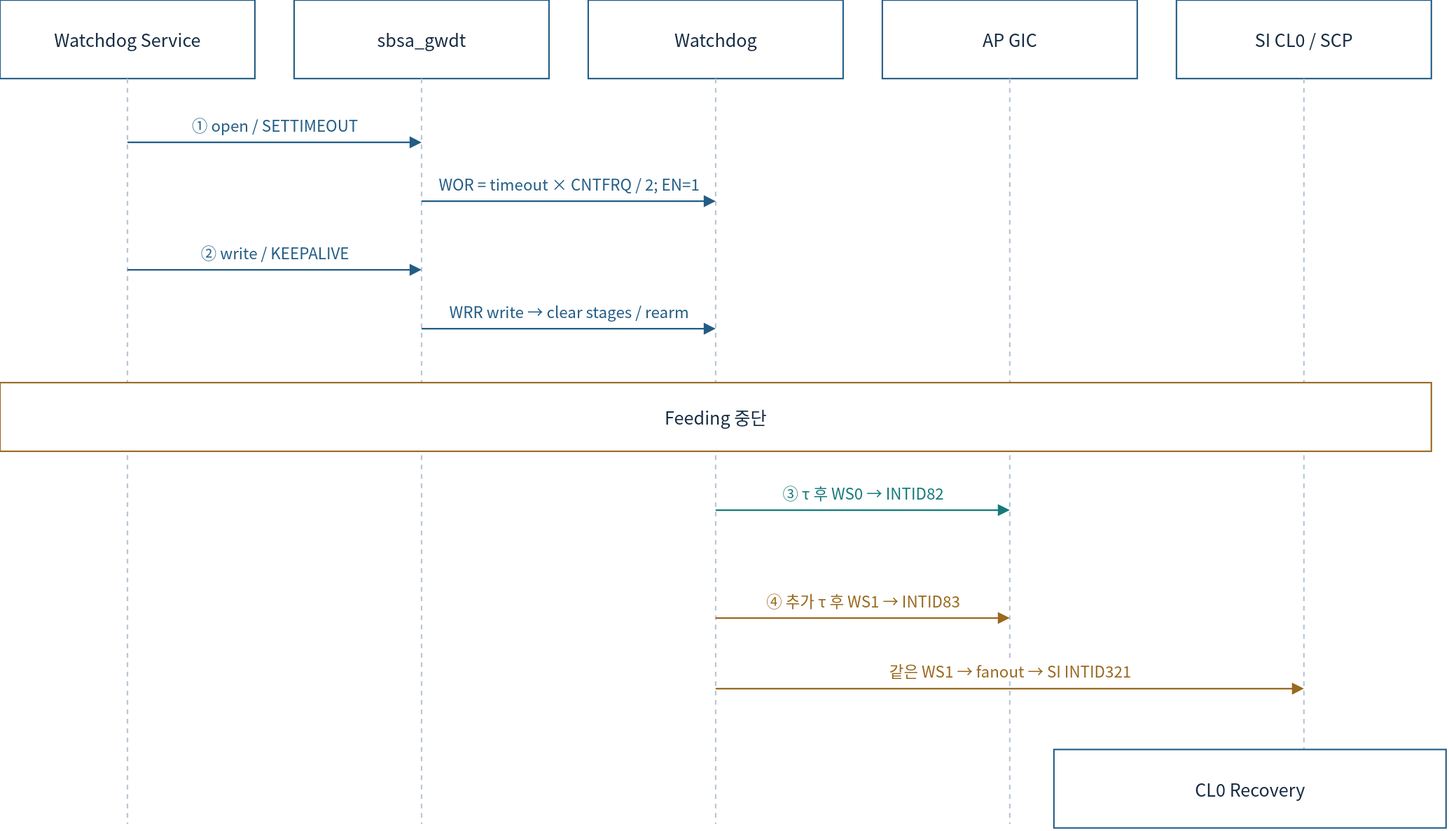
Earlier version of the draw.io export doc/phase1/watchdog/diagrams/10-linux-sequence.drawio.svg (cometzero/project-apollo). Source tidied: cells renumbered, new cells last; positions are measured from the earlier drawing's top-left corner, leaving out a move shared by most shapes.
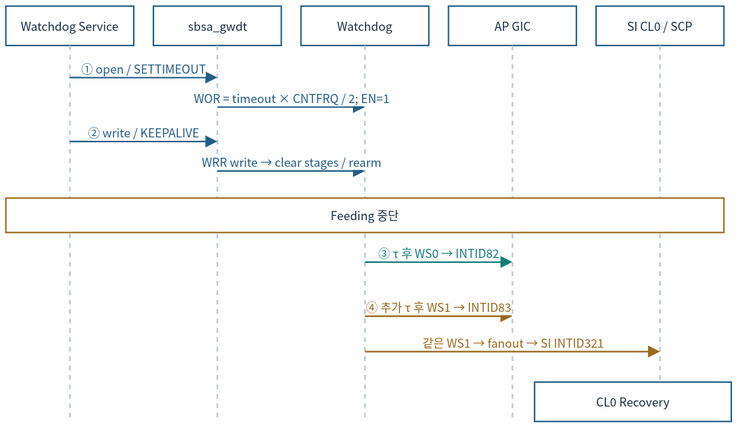
Above is the later version.

What changed in the source:
```diff
@@ -2,105 +2,105 @@
   <root>
     <mxCell id="0" />
     <mxCell id="1" parent="0" />
-    <mxCell id="2" value="Watchdog Service" style="rounded=0;whiteSpace=wrap;html=1;fillColor=#FFFFFF;strokeWidth=1.5;fontFamily=Noto Sans CJK KR;fontSize=18;spacing=12;fontColor=#172C43;strokeColor=#235D86;" parent="1" vertex="1">
-      <mxGeometry width="260" height="80" as="geometry" />
+    <mxCell id="2" value="Watchdog Service" style="rounded=0;whiteSpace=wrap;html=1;fillColor=#FFFFFF;strokeWidth=1.5;fontFamily=Noto Sans CJK KR;fontColor=#172C43;strokeColor=#235D86;fontSize=12;spacing=3;whiteSpace=wrap;" parent="1" vertex="1">
+      <mxGeometry x="-48" y="-208" width="130.4" height="40.1" as="geometry" />
     </mxCell>
-    <mxCell id="3" style="html=1;whiteSpace=nowrap;edgeStyle=none;endArrow=none;endSize=8;strokeWidth=1.6;strokeColor=#BAC7D3;fontColor=#BAC7D3;fontFamily=Noto Sans CJK KR;fontSize=16;labelBackgroundColor=#FFFFFF;dashed=1;" parent="1" edge="1">
+    <mxCell id="3" style="html=1;edgeStyle=none;endArrow=none;endSize=8;strokeWidth=1.6;strokeColor=#BAC7D3;fontColor=#BAC7D3;fontFamily=Noto Sans CJK KR;labelBackgroundColor=#FFFFFF;dashed=1;fontSize=12;spacing=3;whiteSpace=nowrap;" parent="1" edge="1">
       <mxGeometry relative="1" as="geometry">
-        <mxPoint x="130" y="80" as="sourcePoint" />
-        <mxPoint x="130" y="840" as="targetPoint" />
+        <mxPoint x="17.2" y="-167.9" as="sourcePoint" />
+        <mxPoint x="17.2" y="213.4" as="targetPoint" />
       </mxGeometry>
     </mxCell>
-    <mxCell id="4" value="sbsa_gwdt" style="rounded=0;whiteSpace=wrap;html=1;fillColor=#FFFFFF;strokeWidth=1.5;fontFamily=Noto Sans CJK KR;fontSize=18;spacing=12;fontColor=#172C43;strokeColor=#235D86;" parent="1" vertex="1">
-      <mxGeometry x="300" width="260" height="80" as="geometry" />
+    <mxCell id="4" value="sbsa_gwdt" style="rounded=0;whiteSpace=wrap;html=1;fillColor=#FFFFFF;strokeWidth=1.5;fontFamily=Noto Sans CJK KR;fontColor=#172C43;strokeColor=#235D86;fontSize=12;spacing=3;whiteSpace=wrap;" parent="1" vertex="1">
+      <mxGeometry x="102.5" y="-208" width="130.4" height="40.1" as="geometry" />
     </mxCell>
-    <mxCell id="5" style="html=1;whiteSpace=nowrap;edgeStyle=none;endArrow=none;endSize=8;strokeWidth=1.6;strokeColor=#BAC7D3;fontColor=#BAC7D3;fontFamily=Noto Sans CJK KR;fontSize=16;labelBackgroundColor=#FFFFFF;dashed=1;" parent="1" edge="1">
+    <mxCell id="5" style="html=1;edgeStyle=none;endArrow=none;endSize=8;strokeWidth=1.6;strokeColor=#BAC7D3;fontColor=#BAC7D3;fontFamily=Noto Sans CJK KR;labelBackgroundColor=#FFFFFF;dashed=1;fontSize=12;spacing=3;whiteSpace=nowrap;" parent="1" edge="1">
       <mxGeometry relative="1" as="geometry">
-        <mxPoint x="430" y="80" as="sourcePoint" />
-        <mxPoint x="430" y="840" as="targetPoint" />
+        <mxPoint x="167.7" y="-167.9" as="sourcePoint" />
+        <mxPoint x="167.7" y="213.4" as="targetPoint" />
       </mxGeometry>
     </mxCell>
-    <mxCell id="6" value="Watchdog" style="rounded=0;whiteSpace=wrap;html=1;fillColor=#FFFFFF;strokeWidth=1.5;fontFamily=Noto Sans CJK KR;fontSize=18;spacing=12;fontColor=#172C43;strokeColor=#235D86;" parent="1" vertex="1">
-      <mxGeometry x="600" width="260" height="80" as="geometry" />
+    <mxCell id="6" value="Watchdog" style="rounded=0;whiteSpace=wrap;html=1;fillColor=#FFFFFF;strokeWidth=1.5;fontFamily=Noto Sans CJK KR;fontColor=#172C43;strokeColor=#235D86;fontSize=12;spacing=3;whiteSpace=wrap;" parent="1" vertex="1">
+      <mxGeometry x="253" y="-208" width="130.4" height="40.1" as="geometry" />
     </mxCell>
-    <mxCell id="7" style="html=1;whiteSpace=nowrap;edgeStyle=none;endArrow=none;endSize=8;strokeWidth=1.6;strokeColor=#BAC7D3;fontColor=#BAC7D3;fontFamily=Noto Sans CJK KR;fontSize=16;labelBackgroundColor=#FFFFFF;dashed=1;" parent="1" edge="1">
+    <mxCell id="7" style="html=1;edgeStyle=none;endArrow=none;endSize=8;strokeWidth=1.6;strokeColor=#BAC7D3;fontColor=#BAC7D3;fontFamily=Noto Sans CJK KR;labelBackgroundColor=#FFFFFF;dashed=1;fontSize=12;spacing=3;whiteSpace=nowrap;" parent="1" edge="1">
       <mxGeometry relative="1" as="geometry">
-        <mxPoint x="730" y="80" as="sourcePoint" />
-        <mxPoint x="730" y="840" as="targetPoint" />
+        <mxPoint x="318.2" y="-167.9" as="sourcePoint" />
+        <mxPoint x="318.2" y="213.4" as="targetPoint" />
       </mxGeometry>
     </mxCell>
-    <mxCell id="8" value="AP GIC" style="rounded=0;whiteSpace=wrap;html=1;fillColor=#FFFFFF;strokeWidth=1.5;fontFamily=Noto Sans CJK KR;fontSize=18;spacing=12;fontColor=#172C43;strokeColor=#235D86;" parent="1" vertex="1">
-      <mxGeometry x="900" width="260" height="80" as="geometry" />
+    <mxCell id="8" value="AP GIC" style="rounded=0;whiteSpace=wrap;html=1;fillColor=#FFFFFF;strokeWidth=1.5;fontFamily=Noto Sans CJK KR;fontColor=#172C43;strokeColor=#235D86;fontSize=12;spacing=3;whiteSpace=wrap;" parent="1" vertex="1">
+      <mxGeometry x="403.5" y="-208" width="130.4" height="40.1" as="geometry" />
     </mxCell>
-    <mxCell id="9" style="html=1;whiteSpace=nowrap;edgeStyle=none;endArrow=none;endSize=8;strokeWidth=1.6;strokeColor=#BAC7D3;fontColor=#BAC7D3;fontFamily=Noto Sans CJK KR;fontSize=16;labelBackgroundColor=#FFFFFF;dashed=1;" parent="1" edge="1">
+    <mxCell id="9" style="html=1;edgeStyle=none;endArrow=none;endSize=8;strokeWidth=1.6;strokeColor=#BAC7D3;fontColor=#BAC7D3;fontFamily=Noto Sans CJK KR;labelBackgroundColor=#FFFFFF;dashed=1;fontSize=12;spacing=3;whiteSpace=nowrap;" parent="1" edge="1">
       <mxGeometry relative="1" as="geometry">
-        <mxPoint x="1030" y="80" as="sourcePoint" />
-        <mxPoint x="1030" y="840" as="targetPoint" />
+        <mxPoint x="468.8" y="-167.9" as="sourcePoint" />
+        <mxPoint x="468.8" y="213.4" as="targetPoint" />
       </mxGeometry>
     </mxCell>
-    <mxCell id="10" value="SI CL0 / SCP" style="rounded=0;whiteSpace=wrap;html=1;fillColor=#FFFFFF;strokeWidth=1.5;fontFamily=Noto Sans CJK KR;fontSize=18;spacing=12;fontColor=#172C43;strokeColor=#235D86;" parent="1" vertex="1">
-      <mxGeometry x="1200" width="260" height="80" as="geometry" />
+    <mxCell id="10" value="SI CL0 / SCP" style="rounded=0;whiteSpace=wrap;html=1;fillColor=#FFFFFF;strokeWidth=1.5;fontFamily=Noto Sans CJK KR;fontColor=#172C43;strokeColor=#235D86;fontSize=12;spacing=3;whiteSpace=wrap;" parent="1" vertex="1">
+      <mxGeometry x="554" y="-208" width="130.4" height="40.1" as="geometry" />
     </mxCell>
-    <mxCell id="11" style="html=1;whiteSpace=nowrap;edgeStyle=none;endArrow=none;endSize=8;strokeWidth=1.6;strokeColor=#BAC7D3;fontColor=#BAC7D3;fontFamily=Noto Sans CJK KR;fontSize=16;labelBackgroundColor=#FFFFFF;dashed=1;" parent="1" edge="1">
+    <mxCell id="11" style="html=1;edgeStyle=none;endArrow=none;endSize=8;strokeWidth=1.6;strokeColor=#BAC7D3;fontColor=#BAC7D3;fontFamily=Noto Sans CJK KR;labelBackgroundColor=#FFFFFF;dashed=1;fontSize=12;spacing=3;whiteSpace=nowrap;" parent="1" edge="1">
       <mxGeometry relative="1" as="geometry">
-        <mxPoint x="1330" y="80" as="sourcePoint" />
-        <mxPoint x="1330" y="840" as="targetPoint" />
+        <mxPoint x="619.2" y="-167.9" as="sourcePoint" />
+        <mxPoint x="619.2" y="213.4" as="targetPoint" />
       </mxGeometry>
     </mxCell>
-    <mxCell id="12" value="① open / SETTIMEOUT" style="html=1;whiteSpace=nowrap;edgeStyle=none;endArrow=block;endSize=8;strokeWidth=1.6;strokeColor=#235D86;fontColor=#235D86;fontFamily=Noto Sans CJK KR;fontSize=16;labelBackgroundColor=#FFFFFF;dashed=0;" parent="1" edge="1">
+    <mxCell id="12" value="① open / SETTIMEOUT" style="html=1;edgeStyle=none;endArrow=block;endSize=8;strokeWidth=1.6;strokeColor=#235D86;fontColor=#235D86;fontFamily=Noto Sans CJK KR;labelBackgroundColor=#FFFFFF;dashed=0;fontSize=12;spacing=3;whiteSpace=nowrap;" parent="1" edge="1">
       <mxGeometry relative="1" as="geometry">
-        <mxPoint x="130" y="145" as="sourcePoint" />
-        <mxPoint x="430" y="145" as="targetPoint" />
-        <mxPoint y="-18" as="offset" />
+        <mxPoint x="17.2" y="-135.2" as="sourcePoint" />
+        <mxPoint x="167.7" y="-135.2" as="targetPoint" />
+        <mxPoint y="-9" as="offset" />
       </mxGeometry>
     </mxCell>
-    <mxCell id="13" value="WOR = timeout × CNTFRQ / 2; EN=1" style="html=1;whiteSpace=nowrap;edgeStyle=none;endArrow=block;endSize=8;strokeWidth=1.6;strokeColor=#235D86;fontColor=#235D86;fontFamily=Noto Sans CJK KR;fontSize=16;labelBackgroundColor=#FFFFFF;dashed=0;" parent="1" edge="1">
+    <mxCell id="13" value="WOR = timeout × CNTFRQ / 2; EN=1" style="html=1;edgeStyle=none;endArrow=block;endSize=8;strokeWidth=1.6;strokeColor=#235D86;fontColor=#235D86;fontFamily=Noto Sans CJK KR;labelBackgroundColor=#FFFFFF;dashed=0;fontSize=12;spacing=3;whiteSpace=nowrap;" parent="1" edge="1">
       <mxGeometry relative="1" as="geometry">
-        <mxPoint x="430" y="205" as="sourcePoint" />
-        <mxPoint x="730" y="205" as="targetPoint" />
-        <mxPoint y="-18" as="offset" />
+        <mxPoint x="167.7" y="-105.2" as="sourcePoint" />
+        <mxPoint x="318.2" y="-105.2" as="targetPoint" />
+        <mxPoint y="-9" as="offset" />
       </mxGeometry>
     </mxCell>
-    <mxCell id="14" value="② write / KEEPALIVE" style="html=1;whiteSpace=nowrap;edgeStyle=none;endArrow=block;endSize=8;strokeWidth=1.6;strokeColor=#235D86;fontColor=#235D86;fontFamily=Noto Sans CJK KR;fontSize=16;labelBackgroundColor=#FFFFFF;dashed=0;" parent="1" edge="1">
+    <mxCell id="14" value="② write / KEEPALIVE" style="html=1;edgeStyle=none;endArrow=block;endSize=8;strokeWidth=1.6;strokeColor=#235D86;fontColor=#235D86;fontFamily=Noto Sans CJK KR;labelBackgroundColor=#FFFFFF;dashed=0;fontSize=12;spacing=3;whiteSpace=nowrap;" parent="1" edge="1">
       <mxGeometry relative="1" as="geometry">
-        <mxPoint x="130" y="275" as="sourcePoint" />
-        <mxPoint x="430" y="275" as="targetPoint" />
-        <mxPoint y="-18" as="offset" />
+        <mxPoint x="17.2" y="-70" as="sourcePoint" />
+        <mxPoint x="167.7" y="-70" as="targetPoint" />
+        <mxPoint y="-9" as="offset" />
       </mxGeometry>
     </mxCell>
-    <mxCell id="15" value="WRR write → clear stages / rearm" style="html=1;whiteSpace=nowrap;edgeStyle=none;endArrow=block;endSize=8;strokeWidth=1.6;strokeColor=#235D86;fontColor=#235D86;fontFamily=Noto Sans CJK KR;fontSize=16;labelBackgroundColor=#FFFFFF;dashed=0;" parent="1" edge="1">
+    <mxCell id="15" value="WRR write → clear stages / rearm" style="html=1;edgeStyle=none;endArrow=block;endSize=8;strokeWidth=1.6;strokeColor=#235D86;fontColor=#235D86;fontFamily=Noto Sans CJK KR;labelBackgroundColor=#FFFFFF;dashed=0;fontSize=12;spacing=3;whiteSpace=nowrap;" parent="1" edge="1">
       <mxGeometry relative="1" as="geometry">
-        <mxPoint x="430" y="335" as="sourcePoint" />
-        <mxPoint x="730" y="335" as="targetPoint" />
-        <mxPoint y="-18" as="offset" />
+        <mxPoint x="167.7" y="-39.9" as="sourcePoint" />
+        <mxPoint x="318.2" y="-39.9" as="targetPoint" />
+        <mxPoint y="-9" as="offset" />
       </mxGeometry>
     </mxCell>
-    <mxCell id="16" value="Feeding 중단" style="rounded=0;whiteSpace=wrap;html=1;fillColor=#FFFFFF;strokeWidth=1.5;fontFamily=Noto Sans CJK KR;fontSize=18;spacing=12;fontColor=#172C43;strokeColor=#9A681E;" parent="1" vertex="1">
-      <mxGeometry y="390" width="1460" height="70" as="geometry" />
+    <mxCell id="16" value="Feeding 중단" style="rounded=0;whiteSpace=wrap;html=1;fillColor=#FFFFFF;strokeWidth=1.5;fontFamily=Noto Sans CJK KR;fontColor=#172C43;strokeColor=#9A681E;fontSize=12;spacing=3;whiteSpace=wrap;" parent="1" vertex="1">
+      <mxGeometry x="-48" y="-12.3" width="732.5" height="35.1" as="geometry" />
     </mxCell>
-    <mxCell id="17" value="③ τ 후 WS0 → INTID82" style="html=1;whiteSpace=nowrap;edgeStyle=none;endArrow=block;endSize=8;strokeWidth=1.6;strokeColor=#147B79;fontColor=#147B79;fontFamily=Noto Sans CJK KR;fontSize=16;labelBackgroundColor=#FFFFFF;dashed=0;" parent="1" edge="1">
+    <mxCell id="17" value="③ τ 후 WS0 → INTID82" style="html=1;edgeStyle=none;endArrow=block;endSize=8;strokeWidth=1.6;strokeColor=#147B79;fontColor=#147B79;fontFamily=Noto Sans CJK KR;labelBackgroundColor=#FFFFFF;dashed=0;fontSize=12;spacing=3;whiteSpace=nowrap;" parent="1" edge="1">
       <mxGeometry relative="1" as="geometry">
-        <mxPoint x="730" y="520" as="sourcePoint" />
-        <mxPoint x="1030" y="520" as="targetPoint" />
-        <mxPoint y="-18" as="offset" />
+        <mxPoint x="318.2" y="52.9" as="sourcePoint" />
+        <mxPoint x="468.8" y="52.9" as="targetPoint" />
+        <mxPoint y="-9" as="offset" />
       </mxGeometry>
     </mxCell>
-    <mxCell id="18" value="④ 추가 τ 후 WS1 → INTID83" style="html=1;whiteSpace=nowrap;edgeStyle=none;endArrow=block;endSize=8;strokeWidth=1.6;strokeColor=#9A681E;fontColor=#9A681E;fontFamily=Noto Sans CJK KR;fontSize=16;labelBackgroundColor=#FFFFFF;dashed=0;" parent="1" edge="1">
+    <mxCell id="18" value="④ 추가 τ 후 WS1 → INTID83" style="html=1;edgeStyle=none;endArrow=block;endSize=8;strokeWidth=1.6;strokeColor=#9A681E;fontColor=#9A681E;fontFamily=Noto Sans CJK KR;labelBackgroundColor=#FFFFFF;dashed=0;fontSize=12;spacing=3;whiteSpace=nowrap;" parent="1" edge="1">
       <mxGeometry relative="1" as="geometry">
-        <mxPoint x="730" y="630" as="sourcePoint" />
-        <mxPoint x="1030" y="630" as="targetPoint" />
-        <mxPoint y="-18" as="offset" />
+        <mxPoint x="318.2" y="108.1" as="sourcePoint" />
+        <mxPoint x="468.8" y="108.1" as="targetPoint" />
+        <mxPoint y="-9" as="offset" />
       </mxGeometry>
     </mxCell>
-    <mxCell id="19" value="같은 WS1 → fanout → SI INTID321" style="html=1;whiteSpace=nowrap;edgeStyle=none;endArrow=block;endSize=8;strokeWidth=1.6;strokeColor=#9A681E;fontColor=#9A681E;fontFamily=Noto Sans CJK KR;fontSize=16;labelBackgroundColor=#FFFFFF;dashed=0;" parent="1" edge="1">
+    <mxCell id="19" value="같은 WS1 → fanout → SI INTID321" style="html=1;edgeStyle=none;endArrow=block;endSize=8;strokeWidth=1.6;strokeColor=#9A681E;fontColor=#9A681E;fontFamily=Noto Sans CJK KR;labelBackgroundColor=#FFFFFF;dashed=0;fontSize=12;spacing=3;whiteSpace=nowrap;" parent="1" edge="1">
       <mxGeometry relative="1" as="geometry">
-        <mxPoint x="730" y="702" as="sourcePoint" />
-        <mxPoint x="1330" y="702" as="targetPoint" />
-        <mxPoint y="-18" as="offset" />
+        <mxPoint x="318.2" y="144.2" as="sourcePoint" />
+        <mxPoint x="619.2" y="144.2" as="targetPoint" />
+        <mxPoint y="-9" as="offset" />
       </mxGeometry>
     </mxCell>
-    <mxCell id="20" value="CL0 Recovery" style="rounded=0;whiteSpace=wrap;html=1;fillColor=#FFFFFF;strokeWidth=1.5;fontFamily=Noto Sans CJK KR;fontSize=18;spacing=12;fontColor=#172C43;strokeColor=#235D86;" parent="1" vertex="1">
-      <mxGeometry x="1075" y="764" width="400" height="80" as="geometry" />
+    <mxCell id="20" value="CL0 Recovery" style="rounded=0;whiteSpace=wrap;html=1;fillColor=#FFFFFF;strokeWidth=1.5;fontFamily=Noto Sans CJK KR;fontColor=#172C43;strokeColor=#235D86;fontSize=12;spacing=3;whiteSpace=wrap;" parent="1" vertex="1">
+      <mxGeometry x="491.3" y="175.3" width="200.7" height="40.1" as="geometry" />
     </mxCell>
   </root>
 </mxGraphModel>
```
